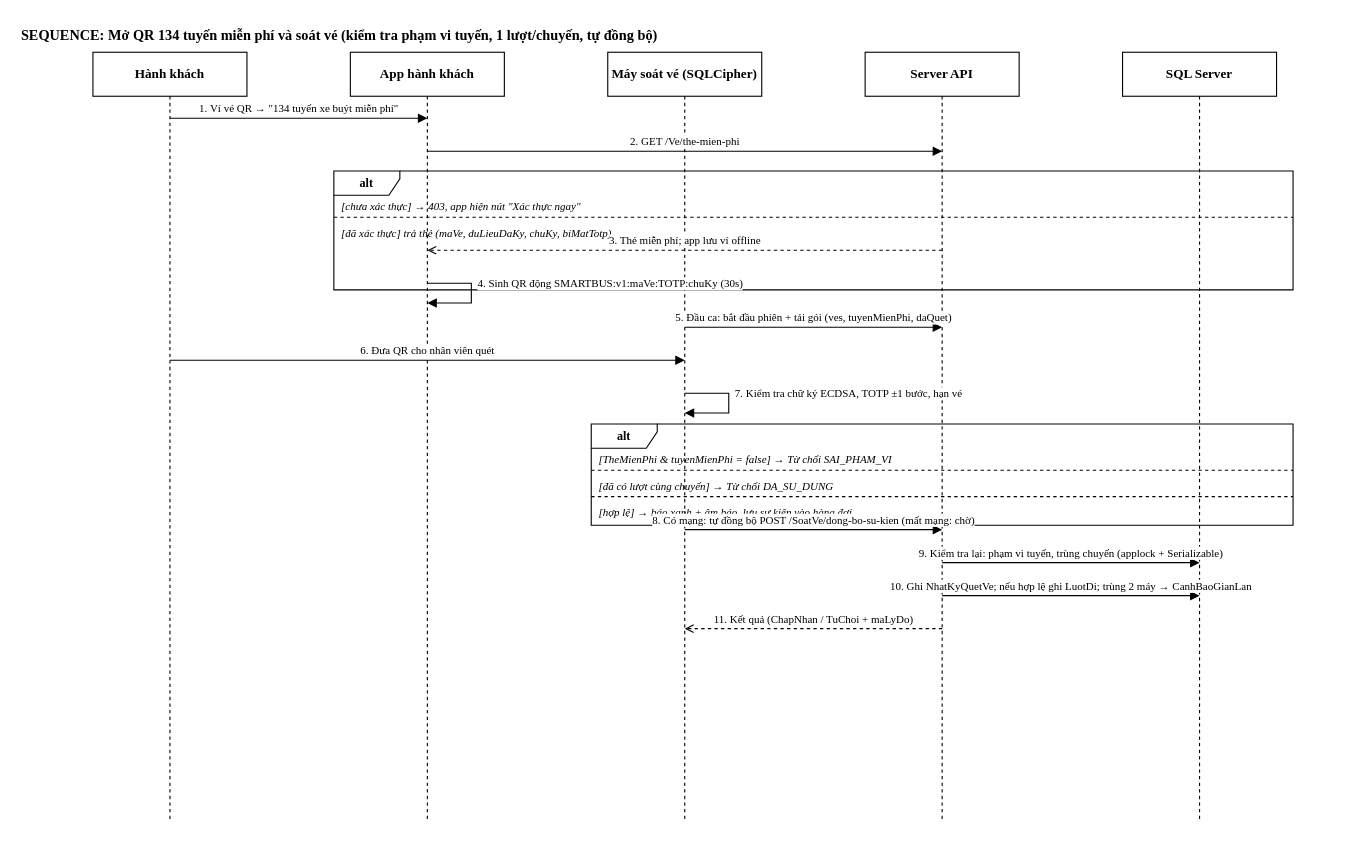
Earlier version of the draw.io diagram page "31_Seq_TheMienPhi_SoatVe" (32 of 33) of word/SmartBus - So do UML va ERD.drawio (thinh082/DATN_NguyenPhuocThinh_1150070040). Source tidied: cells renumbered, new cells numbered last; positions are measured from the earlier drawing's top-left corner, leaving out a move shared by most shapes. Both pictures are drawn from the tidied source at 110%, with x=0, y=0 at pixel (19, 19).
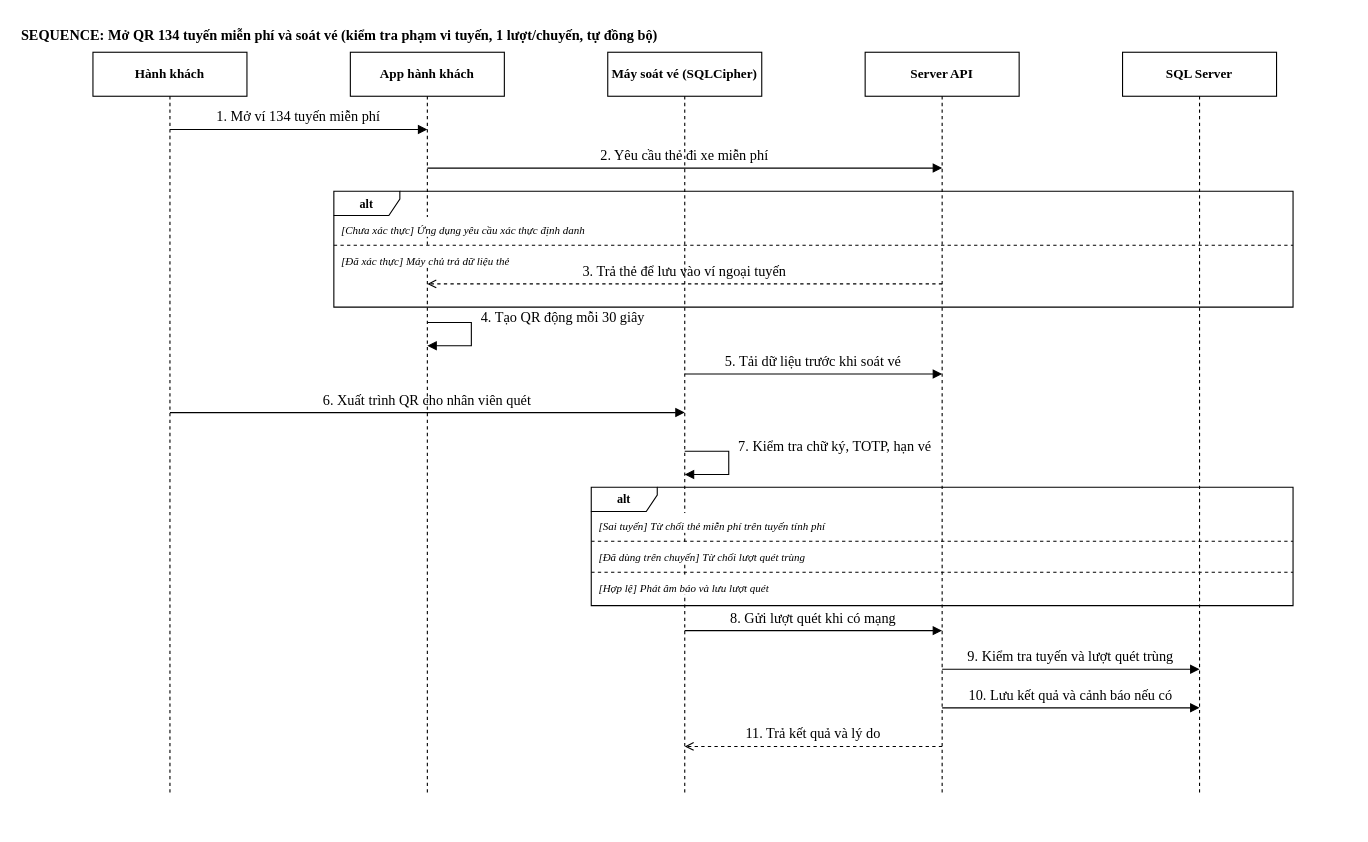
The same diagram, later.

Commit message (it also covers changes not shown here):
Update SmartBus thesis report, slides and diagrams

Diff of the diagram source:
```diff
@@
-<mxGraphModel>
+<mxGraphModel background="#ffffff">
@@
     <mxCell id="3" value="Hành khách" style="shape=umlLifeline;perimeter=lifelinePerimeter;whiteSpace=wrap;html=1;size=40;strokeColor=#000000;fillColor=#FFFFFF;fontFamily=Times New Roman;fontColor=#000000;fontSize=12;fontStyle=1;" parent="1" vertex="1">
-      <mxGeometry x="67" y="30" width="140" height="700" as="geometry" />
+      <mxGeometry x="67" y="30" width="140" height="672.9" as="geometry" />
     </mxCell>
     <mxCell id="4" value="App hành khách" style="shape=umlLifeline;perimeter=lifelinePerimeter;whiteSpace=wrap;html=1;size=40;strokeColor=#000000;fillColor=#FFFFFF;fontFamily=Times New Roman;fontColor=#000000;fontSize=12;fontStyle=1;" parent="1" vertex="1">
-      <mxGeometry x="301" y="30" width="140" height="700" as="geometry" />
+      <mxGeometry x="301" y="30" width="140" height="672.9" as="geometry" />
     </mxCell>
     <mxCell id="5" value="Máy soát vé (SQLCipher)" style="shape=umlLifeline;perimeter=lifelinePerimeter;whiteSpace=wrap;html=1;size=40;strokeColor=#000000;fillColor=#FFFFFF;fontFamily=Times New Roman;fontColor=#000000;fontSize=12;fontStyle=1;" parent="1" vertex="1">
-      <mxGeometry x="535" y="30" width="140" height="700" as="geometry" />
+      <mxGeometry x="535" y="30" width="140" height="672.9" as="geometry" />
     </mxCell>
     <mxCell id="6" value="Server API" style="shape=umlLifeline;perimeter=lifelinePerimeter;whiteSpace=wrap;html=1;size=40;strokeColor=#000000;fillColor=#FFFFFF;fontFamily=Times New Roman;fontColor=#000000;fontSize=12;fontStyle=1;" parent="1" vertex="1">
-      <mxGeometry x="769" y="30" width="140" height="700" as="geometry" />
+      <mxGeometry x="769" y="30" width="140" height="672.9" as="geometry" />
     </mxCell>
     <mxCell id="7" value="SQL Server" style="shape=umlLifeline;perimeter=lifelinePerimeter;whiteSpace=wrap;html=1;size=40;strokeColor=#000000;fillColor=#FFFFFF;fontFamily=Times New Roman;fontColor=#000000;fontSize=12;fontStyle=1;" parent="1" vertex="1">
-      <mxGeometry x="1003" y="30" width="140" height="700" as="geometry" />
+      <mxGeometry x="1003" y="30" width="140" height="672.9" as="geometry" />
     </mxCell>
-    <mxCell id="8" value="1. Ví vé QR → &quot;134 tuyến xe buýt miễn phí&quot;" style="html=1;verticalAlign=bottom;endArrow=block;endFill=1;strokeColor=#000000;fontFamily=Times New Roman;fontColor=#000000;fontSize=10;" parent="1" edge="1">
+    <mxCell id="8" style="html=1;verticalAlign=bottom;endArrow=block;endFill=1;strokeColor=#000000;fontFamily=Times New Roman;fontColor=#000000;fontSize=10;" parent="1" edge="1">
       <mxGeometry relative="1" as="geometry">
-        <mxPoint x="137" y="90" as="sourcePoint" />
-        <mxPoint x="371" y="90" as="targetPoint" />
+        <mxPoint x="137" y="100.2" as="sourcePoint" />
+        <mxPoint x="371" y="100.2" as="targetPoint" />
       </mxGeometry>
     </mxCell>
-    <mxCell id="9" value="2. GET /Ve/the-mien-phi" style="html=1;verticalAlign=bottom;endArrow=block;endFill=1;strokeColor=#000000;fontFamily=Times New Roman;fontColor=#000000;fontSize=10;" parent="1" edge="1">
+    <mxCell id="9" style="html=1;verticalAlign=bottom;endArrow=block;endFill=1;strokeColor=#000000;fontFamily=Times New Roman;fontColor=#000000;fontSize=10;" parent="1" edge="1">
       <mxGeometry relative="1" as="geometry">
-        <mxPoint x="371" y="120" as="sourcePoint" />
-        <mxPoint x="839" y="120" as="targetPoint" />
+        <mxPoint x="371" y="135.3" as="sourcePoint" />
+        <mxPoint x="839" y="135.3" as="targetPoint" />
       </mxGeometry>
     </mxCell>
     <mxCell id="10" value="alt" style="shape=umlFrame;whiteSpace=wrap;html=1;width=60;height=22;strokeColor=#000000;fillColor=none;fontFamily=Times New Roman;fontColor=#000000;fontSize=11;fontStyle=1;" parent="1" vertex="1">
-      <mxGeometry x="286" y="138" width="872" height="108" as="geometry" />
+      <mxGeometry x="286" y="156.4" width="872" height="105.3" as="geometry" />
     </mxCell>
-    <mxCell id="11" value="[chưa xác thực] → 403, app hiện nút &quot;Xác thực ngay&quot;" style="text;html=1;align=left;fontFamily=Times New Roman;fontColor=#000000;fontSize=10;fontStyle=2;" parent="1" vertex="1">
-      <mxGeometry x="291" y="158" width="420" height="18" as="geometry" />
+    <mxCell id="11" value="[Chưa xác thực] Ứng dụng yêu cầu xác thực định danh" style="text;html=1;align=left;fontFamily=Times New Roman;fontColor=#000000;fontSize=10;fontStyle=2;fillColor=#ffffff;" parent="1" vertex="1">
+      <mxGeometry x="291" y="179.8" width="302" height="18" as="geometry" />
     </mxCell>
     <mxCell id="12" style="endArrow=none;dashed=1;html=1;strokeColor=#000000;" parent="1" edge="1">
       <mxGeometry relative="1" as="geometry">
-        <mxPoint x="286" y="180" as="sourcePoint" />
-        <mxPoint x="1158" y="180" as="targetPoint" />
+        <mxPoint x="286" y="205.5" as="sourcePoint" />
+        <mxPoint x="1158" y="205.5" as="targetPoint" />
       </mxGeometry>
     </mxCell>
-    <mxCell id="13" value="[đã xác thực] trả thẻ (maVe, duLieuDaKy, chuKy, biMatTotp)" style="text;html=1;align=left;fontFamily=Times New Roman;fontColor=#000000;fontSize=10;fontStyle=2;" parent="1" vertex="1">
-      <mxGeometry x="291" y="182" width="420" height="18" as="geometry" />
+    <mxCell id="13" value="[Đã xác thực] Máy chủ trả dữ liệu thẻ" style="text;html=1;align=left;fontFamily=Times New Roman;fontColor=#000000;fontSize=10;fontStyle=2;fillColor=#ffffff;" parent="1" vertex="1">
+      <mxGeometry x="291" y="207.8" width="222" height="18" as="geometry" />
     </mxCell>
-    <mxCell id="14" value="3. Thẻ miễn phí; app lưu ví offline" style="html=1;verticalAlign=bottom;dashed=1;endArrow=open;strokeColor=#000000;fontFamily=Times New Roman;fontColor=#000000;fontSize=10;" parent="1" edge="1">
+    <mxCell id="14" style="html=1;verticalAlign=bottom;dashed=1;endArrow=open;strokeColor=#000000;fontFamily=Times New Roman;fontColor=#000000;fontSize=10;" parent="1" edge="1">
       <mxGeometry relative="1" as="geometry">
-        <mxPoint x="839" y="210" as="sourcePoint" />
-        <mxPoint x="371" y="210" as="targetPoint" />
+        <mxPoint x="839" y="240.6" as="sourcePoint" />
+        <mxPoint x="371" y="240.6" as="targetPoint" />
       </mxGeometry>
     </mxCell>
-    <mxCell id="15" value="4. Sinh QR động SMARTBUS:v1:maVe:TOTP:chuKy (30s)" style="html=1;verticalAlign=bottom;endArrow=block;endFill=1;strokeColor=#000000;fontFamily=Times New Roman;fontColor=#000000;fontSize=10;edgeStyle=orthogonalEdgeStyle;rounded=0;align=left;spacingLeft=4;" parent="1" edge="1">
+    <mxCell id="15" style="html=1;verticalAlign=bottom;endArrow=block;endFill=1;strokeColor=#000000;fontFamily=Times New Roman;fontColor=#000000;fontSize=10;edgeStyle=orthogonalEdgeStyle;rounded=0;align=left;spacingLeft=4;" parent="1" edge="1">
       <mxGeometry relative="1" as="geometry">
-        <mxPoint x="371" y="240" as="sourcePoint" />
-        <mxPoint x="371" y="258" as="targetPoint" />
+        <mxPoint x="371" y="275.7" as="sourcePoint" />
+        <mxPoint x="371" y="296.8" as="targetPoint" />
         <Array as="points">
-          <mxPoint x="411" y="240" />
-          <mxPoint x="411" y="258" />
+          <mxPoint x="411" y="275.7" />
+          <mxPoint x="411" y="296.8" />
         </Array>
       </mxGeometry>
     </mxCell>
-    <mxCell id="16" value="5. Đầu ca: bắt đầu phiên + tải gói (ves, tuyenMienPhi, daQuet)" style="html=1;verticalAlign=bottom;endArrow=block;endFill=1;strokeColor=#000000;fontFamily=Times New Roman;fontColor=#000000;fontSize=10;" parent="1" edge="1">
+    <mxCell id="16" style="html=1;verticalAlign=bottom;endArrow=block;endFill=1;strokeColor=#000000;fontFamily=Times New Roman;fontColor=#000000;fontSize=10;" parent="1" edge="1">
       <mxGeometry relative="1" as="geometry">
-        <mxPoint x="605" y="280" as="sourcePoint" />
-        <mxPoint x="839" y="280" as="targetPoint" />
+        <mxPoint x="605" y="322.5" as="sourcePoint" />
+        <mxPoint x="839" y="322.5" as="targetPoint" />
       </mxGeometry>
     </mxCell>
-    <mxCell id="17" value="6. Đưa QR cho nhân viên quét" style="html=1;verticalAlign=bottom;endArrow=block;endFill=1;strokeColor=#000000;fontFamily=Times New Roman;fontColor=#000000;fontSize=10;" parent="1" edge="1">
+    <mxCell id="17" style="html=1;verticalAlign=bottom;endArrow=block;endFill=1;strokeColor=#000000;fontFamily=Times New Roman;fontColor=#000000;fontSize=10;" parent="1" edge="1">
       <mxGeometry relative="1" as="geometry">
-        <mxPoint x="137" y="310" as="sourcePoint" />
-        <mxPoint x="605" y="310" as="targetPoint" />
+        <mxPoint x="137" y="357.6" as="sourcePoint" />
+        <mxPoint x="605" y="357.6" as="targetPoint" />
       </mxGeometry>
     </mxCell>
-    <mxCell id="18" value="7. Kiểm tra chữ ký ECDSA, TOTP ±1 bước, hạn vé" style="html=1;verticalAlign=bottom;endArrow=block;endFill=1;strokeColor=#000000;fontFamily=Times New Roman;fontColor=#000000;fontSize=10;edgeStyle=orthogonalEdgeStyle;rounded=0;align=left;spacingLeft=4;" parent="1" edge="1">
+    <mxCell id="18" style="html=1;verticalAlign=bottom;endArrow=block;endFill=1;strokeColor=#000000;fontFamily=Times New Roman;fontColor=#000000;fontSize=10;edgeStyle=orthogonalEdgeStyle;rounded=0;align=left;spacingLeft=4;" parent="1" edge="1">
       <mxGeometry relative="1" as="geometry">
-        <mxPoint x="605" y="340" as="sourcePoint" />
-        <mxPoint x="605" y="358" as="targetPoint" />
+        <mxPoint x="605" y="392.7" as="sourcePoint" />
+        <mxPoint x="605" y="413.8" as="targetPoint" />
         <Array as="points">
-          <mxPoint x="645" y="340" />
-          <mxPoint x="645" y="358" />
+          <mxPoint x="645" y="392.7" />
+          <mxPoint x="645" y="413.8" />
         </Array>
       </mxGeometry>
     </mxCell>
     <mxCell id="19" value="alt" style="shape=umlFrame;whiteSpace=wrap;html=1;width=60;height=22;strokeColor=#000000;fillColor=none;fontFamily=Times New Roman;fontColor=#000000;fontSize=11;fontStyle=1;" parent="1" vertex="1">
-      <mxGeometry x="520" y="368" width="638" height="92" as="geometry" />
+      <mxGeometry x="520" y="425.5" width="638" height="107.6" as="geometry" />
     </mxCell>
-    <mxCell id="20" value="[TheMienPhi &amp; tuyenMienPhi = false] → Từ chối SAI_PHAM_VI" style="text;html=1;align=left;fontFamily=Times New Roman;fontColor=#000000;fontSize=10;fontStyle=2;" parent="1" vertex="1">
-      <mxGeometry x="525" y="388" width="420" height="18" as="geometry" />
+    <mxCell id="20" value="[Sai tuyến] Từ chối thẻ miễn phí trên tuyến tính phí" style="text;html=1;align=left;fontFamily=Times New Roman;fontColor=#000000;fontSize=10;fontStyle=2;fillColor=#ffffff;" parent="1" vertex="1">
+      <mxGeometry x="525" y="448.9" width="308" height="18" as="geometry" />
     </mxCell>
     <mxCell id="21" style="endArrow=none;dashed=1;html=1;strokeColor=#000000;" parent="1" edge="1">
       <mxGeometry relative="1" as="geometry">
-        <mxPoint x="520" y="410" as="sourcePoint" />
-        <mxPoint x="1158" y="410" as="targetPoint" />
+        <mxPoint x="520" y="474.6" as="sourcePoint" />
+        <mxPoint x="1158" y="474.6" as="targetPoint" />
       </mxGeometry>
     </mxCell>
-    <mxCell id="22" value="[đã có lượt cùng chuyến] → Từ chối DA_SU_DUNG" style="text;html=1;align=left;fontFamily=Times New Roman;fontColor=#000000;fontSize=10;fontStyle=2;" parent="1" vertex="1">
-      <mxGeometry x="525" y="412" width="420" height="18" as="geometry" />
+    <mxCell id="22" value="[Đã dùng trên chuyến] Từ chối lượt quét trùng" style="text;html=1;align=left;fontFamily=Times New Roman;fontColor=#000000;fontSize=10;fontStyle=2;fillColor=#ffffff;" parent="1" vertex="1">
+      <mxGeometry x="525" y="476.9" width="268" height="18" as="geometry" />
     </mxCell>
     <mxCell id="23" style="endArrow=none;dashed=1;html=1;strokeColor=#000000;" parent="1" edge="1">
       <mxGeometry relative="1" as="geometry">
-        <mxPoint x="520" y="434" as="sourcePoint" />
-        <mxPoint x="1158" y="434" as="targetPoint" />
+        <mxPoint x="520" y="502.7" as="sourcePoint" />
+        <mxPoint x="1158" y="502.7" as="targetPoint" />
       </mxGeometry>
     </mxCell>
-    <mxCell id="24" value="[hợp lệ] → báo xanh + âm báo, lưu sự kiện vào hàng đợi" style="text;html=1;align=left;fontFamily=Times New Roman;fontColor=#000000;fontSize=10;fontStyle=2;" parent="1" vertex="1">
-      <mxGeometry x="525" y="436" width="420" height="18" as="geometry" />
+    <mxCell id="24" value="[Hợp lệ] Phát âm báo và lưu lượt quét" style="text;html=1;align=left;fontFamily=Times New Roman;fontColor=#000000;fontSize=10;fontStyle=2;fillColor=#ffffff;" parent="1" vertex="1">
+      <mxGeometry x="525" y="505" width="222" height="18" as="geometry" />
     </mxCell>
-    <mxCell id="25" value="8. Có mạng: tự đồng bộ POST /SoatVe/dong-bo-su-kien (mất mạng: chờ)" style="html=1;verticalAlign=bottom;endArrow=block;endFill=1;strokeColor=#000000;fontFamily=Times New Roman;fontColor=#000000;fontSize=10;" parent="1" edge="1">
+    <mxCell id="25" style="html=1;verticalAlign=bottom;endArrow=block;endFill=1;strokeColor=#000000;fontFamily=Times New Roman;fontColor=#000000;fontSize=10;" parent="1" edge="1">
       <mxGeometry relative="1" as="geometry">
-        <mxPoint x="605" y="464" as="sourcePoint" />
-        <mxPoint x="839" y="464" as="targetPoint" />
+        <mxPoint x="605" y="555.8" as="sourcePoint" />
+        <mxPoint x="839" y="555.8" as="targetPoint" />
       </mxGeometry>
     </mxCell>
-    <mxCell id="26" value="9. Kiểm tra lại: phạm vi tuyến, trùng chuyến (applock + Serializable)" style="html=1;verticalAlign=bottom;endArrow=block;endFill=1;strokeColor=#000000;fontFamily=Times New Roman;fontColor=#000000;fontSize=10;" parent="1" edge="1">
+    <mxCell id="26" style="html=1;verticalAlign=bottom;endArrow=block;endFill=1;strokeColor=#000000;fontFamily=Times New Roman;fontColor=#000000;fontSize=10;" parent="1" edge="1">
       <mxGeometry relative="1" as="geometry">
-        <mxPoint x="839" y="494" as="sourcePoint" />
-        <mxPoint x="1073" y="494" as="targetPoint" />
+        <mxPoint x="839" y="590.9" as="sourcePoint" />
+        <mxPoint x="1073" y="590.9" as="targetPoint" />
       </mxGeometry>
     </mxCell>
-    <mxCell id="27" value="10. Ghi NhatKyQuetVe; nếu hợp lệ ghi LuotDi; trùng 2 máy → CanhBaoGianLan" style="html=1;verticalAlign=bottom;endArrow=block;endFill=1;strokeColor=#000000;fontFamily=Times New Roman;fontColor=#000000;fontSize=10;" parent="1" edge="1">
+    <mxCell id="27" style="html=1;verticalAlign=bottom;endArrow=block;endFill=1;strokeColor=#000000;fontFamily=Times New Roman;fontColor=#000000;fontSize=10;" parent="1" edge="1">
       <mxGeometry relative="1" as="geometry">
-        <mxPoint x="839" y="524" as="sourcePoint" />
-        <mxPoint x="1073" y="524" as="targetPoint" />
+        <mxPoint x="839" y="626" as="sourcePoint" />
+        <mxPoint x="1073" y="626" as="targetPoint" />
       </mxGeometry>
     </mxCell>
-    <mxCell id="28" value="11. Kết quả (ChapNhan / TuChoi + maLyDo)" style="html=1;verticalAlign=bottom;dashed=1;endArrow=open;strokeColor=#000000;fontFamily=Times New Roman;fontColor=#000000;fontSize=10;" parent="1" edge="1">
+    <mxCell id="28" style="html=1;verticalAlign=bottom;dashed=1;endArrow=open;strokeColor=#000000;fontFamily=Times New Roman;fontColor=#000000;fontSize=10;" parent="1" edge="1">
       <mxGeometry relative="1" as="geometry">
-        <mxPoint x="839" y="554" as="sourcePoint" />
-        <mxPoint x="605" y="554" as="targetPoint" />
+        <mxPoint x="839" y="661.1" as="sourcePoint" />
+        <mxPoint x="605" y="661.1" as="targetPoint" />
       </mxGeometry>
     </mxCell>
+    <mxCell id="29" value="1. Mở ví 134 tuyến miễn phí" style="text;html=1;whiteSpace=wrap;align=center;verticalAlign=bottom;spacing=0;fontFamily=Times New Roman;fontSize=13;strokeColor=none;fillColor=none;fontColor=#000000;" parent="1" vertex="1">
+      <mxGeometry x="143" y="69.2" width="222" height="28" as="geometry" />
+    </mxCell>
+    <mxCell id="30" value="2. Yêu cầu thẻ đi xe miễn phí" style="text;html=1;whiteSpace=wrap;align=center;verticalAlign=bottom;spacing=0;fontFamily=Times New Roman;fontSize=13;strokeColor=none;fillColor=none;fontColor=#000000;" parent="1" vertex="1">
+      <mxGeometry x="377" y="104.3" width="456" height="28" as="geometry" />
+    </mxCell>
+    <mxCell id="31" value="3. Trả thẻ để lưu vào ví ngoại tuyến" style="text;html=1;whiteSpace=wrap;align=center;verticalAlign=bottom;spacing=0;fontFamily=Times New Roman;fontSize=13;strokeColor=none;fillColor=none;fontColor=#000000;" parent="1" vertex="1">
+      <mxGeometry x="377" y="209.6" width="456" height="28" as="geometry" />
+    </mxCell>
+    <mxCell id="32" value="4. Tạo QR động mỗi 30 giây" style="text;html=1;whiteSpace=wrap;align=left;verticalAlign=bottom;spacing=0;fontFamily=Times New Roman;fontSize=13;strokeColor=none;fillColor=none;fontColor=#000000;" parent="1" vertex="1">
+      <mxGeometry x="420" y="251.7" width="275" height="28" as="geometry" />
+    </mxCell>
+    <mxCell id="33" value="5. Tải dữ liệu trước khi soát vé" style="text;html=1;whiteSpace=wrap;align=center;verticalAlign=bottom;spacing=0;fontFamily=Times New Roman;fontSize=13;strokeColor=none;fillColor=none;fontColor=#000000;" parent="1" vertex="1">
+      <mxGeometry x="611" y="291.5" width="222" height="28" as="geometry" />
+    </mxCell>
+    <mxCell id="34" value="6. Xuất trình QR cho nhân viên quét" style="text;html=1;whiteSpace=wrap;align=center;verticalAlign=bottom;spacing=0;fontFamily=Times New Roman;fontSize=13;strokeColor=none;fillColor=none;fontColor=#000000;" parent="1" vertex="1">
+      <mxGeometry x="143" y="326.6" width="456" height="28" as="geometry" />
+    </mxCell>
+    <mxCell id="35" value="7. Kiểm tra chữ ký, TOTP, hạn vé" style="text;html=1;whiteSpace=wrap;align=left;verticalAlign=bottom;spacing=0;fontFamily=Times New Roman;fontSize=13;strokeColor=none;fillColor=none;fontColor=#000000;" parent="1" vertex="1">
+      <mxGeometry x="654" y="368.7" width="275" height="28" as="geometry" />
+    </mxCell>
+    <mxCell id="36" value="8. Gửi lượt quét khi có mạng" style="text;html=1;whiteSpace=wrap;align=center;verticalAlign=bottom;spacing=0;fontFamily=Times New Roman;fontSize=13;strokeColor=none;fillColor=none;fontColor=#000000;" parent="1" vertex="1">
+      <mxGeometry x="611" y="524.8" width="222" height="28" as="geometry" />
+    </mxCell>
+    <mxCell id="37" value="9. Kiểm tra tuyến và lượt quét trùng" style="text;html=1;whiteSpace=wrap;align=center;verticalAlign=bottom;spacing=0;fontFamily=Times New Roman;fontSize=13;strokeColor=none;fillColor=none;fontColor=#000000;" parent="1" vertex="1">
+      <mxGeometry x="845" y="559.9" width="222" height="28" as="geometry" />
+    </mxCell>
+    <mxCell id="38" value="10. Lưu kết quả và cảnh báo nếu có" style="text;html=1;whiteSpace=wrap;align=center;verticalAlign=bottom;spacing=0;fontFamily=Times New Roman;fontSize=13;strokeColor=none;fillColor=none;fontColor=#000000;" parent="1" vertex="1">
+      <mxGeometry x="845" y="595" width="222" height="28" as="geometry" />
+    </mxCell>
+    <mxCell id="39" value="11. Trả kết quả và lý do" style="text;html=1;whiteSpace=wrap;align=center;verticalAlign=bottom;spacing=0;fontFamily=Times New Roman;fontSize=13;strokeColor=none;fillColor=none;fontColor=#000000;" parent="1" vertex="1">
+      <mxGeometry x="611" y="630.1" width="222" height="28" as="geometry" />
+    </mxCell>
```
